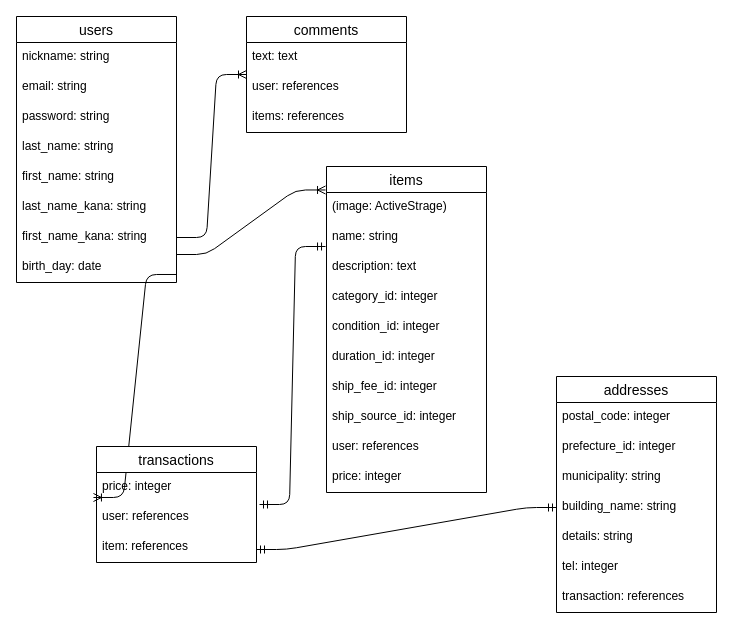
Before: ER図.drawio in T-Umino/furima-30506, a draw.io diagram. Source tidied: cells renumbered, new cells numbered last; positions are measured from the earlier drawing's top-left corner, leaving out a move shared by most shapes. Both pictures are drawn from the tidied source at 100%, with x=0, y=0 at pixel (16, 16).
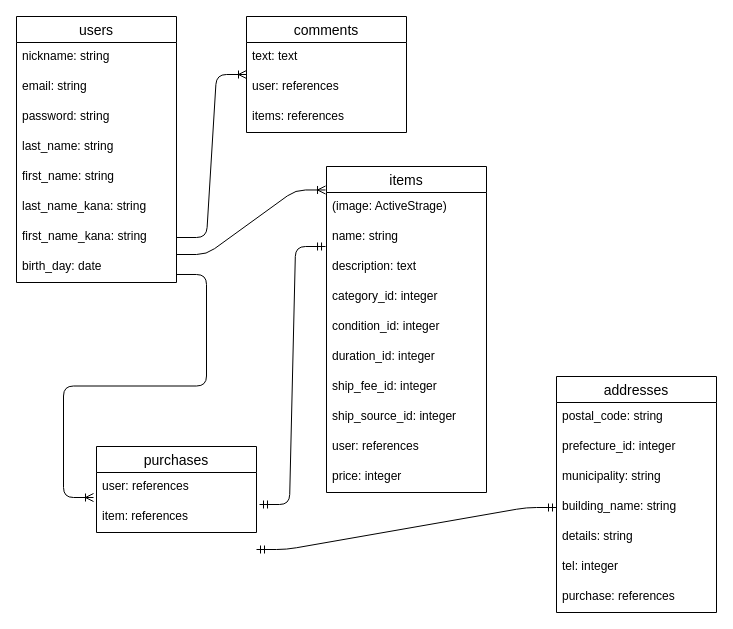
Above is the later version.

Commit message (it also covers changes not shown here):
テーブル設計（修正２）

The change refers to these unchanged cells:
```xml
<mxCell id="10" value="birth_day: date" style="text;strokeColor=none;fillColor=none;spacingLeft=4;spacingRight=4;overflow=hidden;points=[[0,0.5],[1,0.5]];portConstraint=eastwest;fontSize=12;" parent="2" vertex="1">
  <mxGeometry y="236" width="160" height="30" as="geometry" />
</mxCell>
<mxCell id="31" value="addresses" style="swimlane;fontStyle=0;horizontal=1;startSize=26;align=center;fontSize=14;" parent="1" vertex="1">
  <mxGeometry x="540" y="360" width="160" height="236" as="geometry" />
</mxCell>
```

Diff of the diagram source:
```diff
@@
-    <mxCell id="30" style="edgeStyle=entityRelationEdgeStyle;fontSize=12;html=1;endArrow=ERoneToMany;entryX=-0.019;entryY=0.833;entryDx=0;entryDy=0;entryPerimeter=0;exitX=1;exitY=0.733;exitDx=0;exitDy=0;exitPerimeter=0;" parent="1" edge="1" source="10" target="40">
-      <mxGeometry relative="1" as="geometry" />
+    <mxCell id="30" style="edgeStyle=entityRelationEdgeStyle;fontSize=12;html=1;endArrow=ERoneToMany;entryX=-0.019;entryY=0.833;entryDx=0;entryDy=0;entryPerimeter=0;exitX=1;exitY=0.733;exitDx=0;exitDy=0;exitPerimeter=0;" parent="1" edge="1" source="10">
+      <mxGeometry relative="1" as="geometry">
+        <mxPoint x="77" y="481" as="targetPoint" />
+      </mxGeometry>
     </mxCell>
@@
-    <mxCell id="32" value="postal_code: integer" style="text;strokeColor=none;fillColor=none;spacingLeft=4;spacingRight=4;overflow=hidden;fontSize=12;" parent="31" vertex="1">
+    <mxCell id="32" value="postal_code: string" style="text;strokeColor=none;fillColor=none;spacingLeft=4;spacingRight=4;overflow=hidden;fontSize=12;" parent="31" vertex="1">
       <mxGeometry y="26" width="160" height="30" as="geometry" />
     </mxCell>
@@
-    <mxCell id="38" value="transaction: references" style="text;strokeColor=none;fillColor=none;spacingLeft=4;spacingRight=4;overflow=hidden;fontSize=12;" parent="31" vertex="1">
+    <mxCell id="38" value="purchase: references" style="text;strokeColor=none;fillColor=none;spacingLeft=4;spacingRight=4;overflow=hidden;fontSize=12;" parent="31" vertex="1">
       <mxGeometry y="206" width="160" height="30" as="geometry" />
     </mxCell>
-    <mxCell id="39" value="transactions" style="swimlane;fontStyle=0;horizontal=1;startSize=26;align=center;fontSize=14;" parent="1" vertex="1">
-      <mxGeometry x="80" y="430" width="160" height="116" as="geometry" />
+    <mxCell id="39" value="purchases" style="swimlane;fontStyle=0;horizontal=1;startSize=26;align=center;fontSize=14;" parent="1" vertex="1">
+      <mxGeometry x="80" y="430" width="160" height="86" as="geometry" />
     </mxCell>
-    <mxCell id="40" value="price: integer" style="text;strokeColor=none;fillColor=none;spacingLeft=4;spacingRight=4;overflow=hidden;points=[[0,0.5],[1,0.5]];portConstraint=eastwest;fontSize=12;" parent="39" vertex="1">
-      <mxGeometry y="26" width="160" height="30" as="geometry" />
-    </mxCell>
     <mxCell id="41" value="user: references" style="text;strokeColor=none;fillColor=none;spacingLeft=4;spacingRight=4;overflow=hidden;fontSize=12;" parent="39" vertex="1">
-      <mxGeometry y="56" width="160" height="30" as="geometry" />
+      <mxGeometry y="26" width="160" height="30" as="geometry" />
     </mxCell>
     <mxCell id="42" value="item: references" style="text;strokeColor=none;fillColor=none;spacingLeft=4;spacingRight=4;overflow=hidden;fontSize=12;" parent="39" vertex="1">
-      <mxGeometry y="86" width="160" height="30" as="geometry" />
+      <mxGeometry y="56" width="160" height="30" as="geometry" />
     </mxCell>
```
